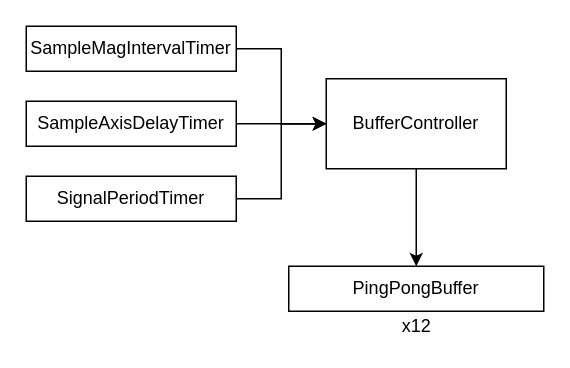
frnyb/PL-Mag-Sensor keeps this draw.io diagram as .figures/BufferFlowControl_diagram.drawio. Above is the earlier version. Source tidied: cells renumbered, new cells numbered last; positions are measured from the earlier drawing's top-left corner, leaving out a move shared by most shapes. Both pictures are drawn from the tidied source at 150%, with x=0, y=0 at pixel (26, 26).
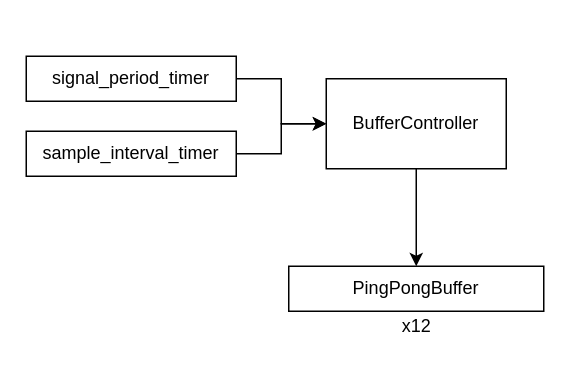
Above is the later version.

The edit, as a diff of the source:
```diff
@@
 <mxGraphModel>
   <root>
     <mxCell id="0" />
     <mxCell id="1" parent="0" />
     <mxCell id="2" style="edgeStyle=orthogonalEdgeStyle;rounded=0;jettySize=auto;html=1;" parent="1" edge="1" source="3" target="10">
       <mxGeometry relative="1" as="geometry" />
     </mxCell>
     <mxCell id="3" value="BufferController" style="rounded=0;whiteSpace=wrap;html=1;" parent="1" vertex="1">
       <mxGeometry x="200" y="35" width="120" height="60" as="geometry" />
     </mxCell>
     <mxCell id="4" style="edgeStyle=orthogonalEdgeStyle;rounded=0;jettySize=auto;html=1;" parent="1" edge="1" source="5" target="3">
       <mxGeometry relative="1" as="geometry" />
     </mxCell>
-    <mxCell id="5" value="SampleAxisDelayTimer" style="rounded=0;whiteSpace=wrap;html=1;" parent="1" vertex="1">
-      <mxGeometry y="50" width="140" height="30" as="geometry" />
+    <mxCell id="5" value="sample_interval_timer" style="rounded=0;whiteSpace=wrap;html=1;" parent="1" vertex="1">
+      <mxGeometry y="70" width="140" height="30" as="geometry" />
     </mxCell>
     <mxCell id="6" style="edgeStyle=orthogonalEdgeStyle;rounded=0;jettySize=auto;html=1;" parent="1" edge="1" source="7" target="3">
       <mxGeometry relative="1" as="geometry">
         <Array as="points">
-          <mxPoint x="170" y="15" />
+          <mxPoint x="170" y="35" />
           <mxPoint x="170" y="65" />
         </Array>
       </mxGeometry>
     </mxCell>
-    <mxCell id="7" value="SampleMagIntervalTimer" style="rounded=0;whiteSpace=wrap;html=1;" parent="1" vertex="1">
-      <mxGeometry width="140" height="30" as="geometry" />
+    <mxCell id="7" value="signal_period_timer" style="rounded=0;whiteSpace=wrap;html=1;" parent="1" vertex="1">
+      <mxGeometry y="20" width="140" height="30" as="geometry" />
     </mxCell>
-    <mxCell id="8" style="edgeStyle=orthogonalEdgeStyle;rounded=0;jettySize=auto;html=1;" parent="1" edge="1" source="9" target="3">
-      <mxGeometry relative="1" as="geometry">
-        <Array as="points">
-          <mxPoint x="170" y="115" />
-          <mxPoint x="170" y="65" />
-        </Array>
-      </mxGeometry>
-    </mxCell>
-    <mxCell id="9" value="SignalPeriodTimer" style="rounded=0;whiteSpace=wrap;html=1;" parent="1" vertex="1">
-      <mxGeometry y="100" width="140" height="30" as="geometry" />
-    </mxCell>
     <mxCell id="10" value="PingPongBuffer" style="rounded=0;whiteSpace=wrap;html=1;" parent="1" vertex="1">
       <mxGeometry x="175" y="160" width="170" height="30" as="geometry" />
     </mxCell>
     <mxCell id="11" value="x12" style="text;html=1;align=center;verticalAlign=middle;strokeColor=none;fillColor=none;" parent="1" vertex="1">
       <mxGeometry x="245" y="190" width="30" height="20" as="geometry" />
     </mxCell>
   </root>
 </mxGraphModel>
```
